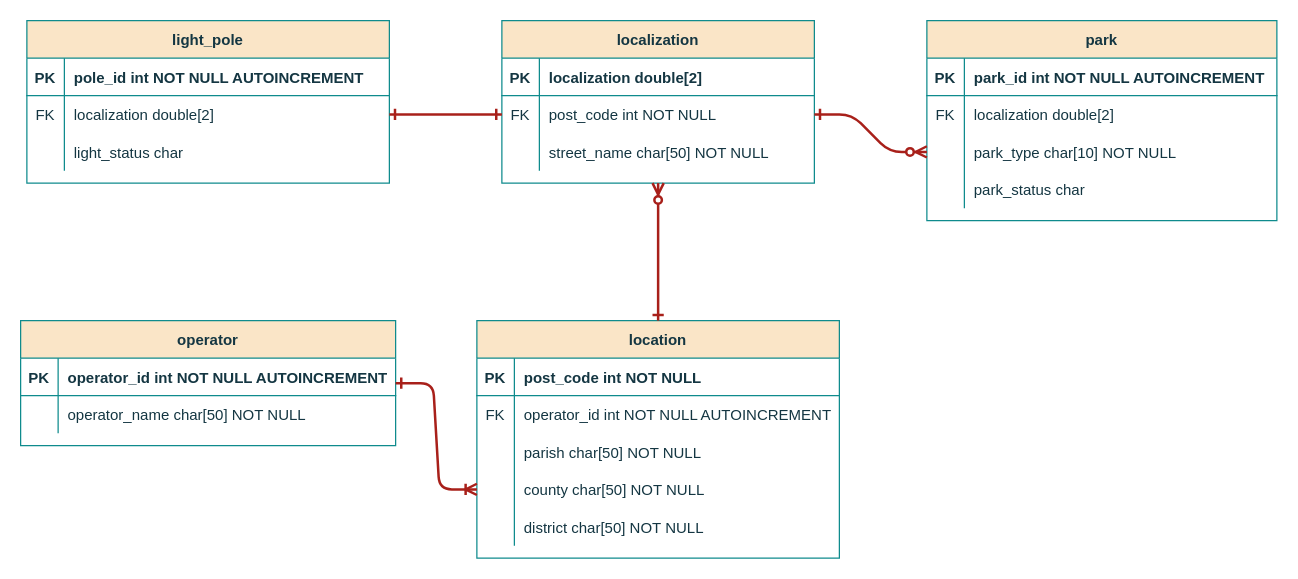
Above: project/report/flowcharts/DataBase.drawio in ESRGgroup9/slipad (draw.io), before the change. Source tidied: cells renumbered, new cells numbered last; positions are measured from the earlier drawing's top-left corner, leaving out a move shared by most shapes. Both pictures are drawn from the tidied source at 125%, with x=0, y=0 at pixel (20, 20).
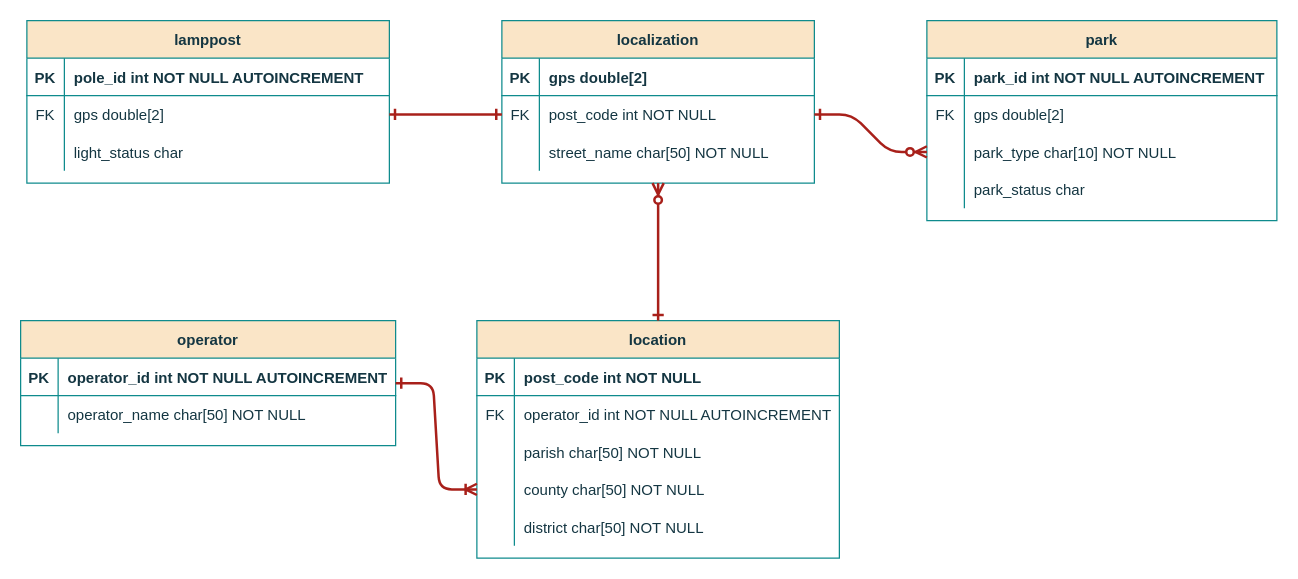
Above is the later version.

The change refers to these unchanged cells:
```xml
<mxCell id="6" style="shape=partialRectangle;fillColor=none;top=0;left=0;bottom=0;right=0;points=[[0,0.5],[1,0.5]];portConstraint=eastwest;strokeColor=#0F8B8D;fontColor=#143642;" parent="2" vertex="1">
  <mxGeometry y="60" width="290" height="30" as="geometry" />
</mxCell>
<mxCell id="13" style="shape=partialRectangle;fillColor=none;top=0;left=0;right=0;bottom=1;strokeColor=#0F8B8D;fontColor=#143642;" parent="12" vertex="1">
  <mxGeometry y="30" width="250" height="30" as="geometry" />
</mxCell>
<mxCell id="49" style="shape=partialRectangle;fillColor=none;top=0;left=0;bottom=0;right=0;strokeColor=#0F8B8D;fontColor=#143642;" parent="45" vertex="1">
  <mxGeometry y="60" width="280" height="30" as="geometry" />
</mxCell>
```

What changed in the source:
```diff
@@
-    <mxCell id="2" value="light_pole" style="shape=table;startSize=30;childLayout=tableLayout;rowLines=0;fontStyle=1;align=center;fillColor=#FAE5C7;strokeColor=#0F8B8D;fontColor=#143642;" parent="1" vertex="1">
+    <mxCell id="2" value="lamppost" style="shape=table;startSize=30;childLayout=tableLayout;rowLines=0;fontStyle=1;align=center;fillColor=#FAE5C7;strokeColor=#0F8B8D;fontColor=#143642;" parent="1" vertex="1">
       <mxGeometry x="5" width="290" height="130" as="geometry" />
     </mxCell>
@@
-    <mxCell id="8" value="localization double[2] " style="shape=partialRectangle;fillColor=none;top=0;left=0;bottom=0;right=0;align=left;spacingLeft=6;fontStyle=0;overflow=hidden;strokeColor=#0F8B8D;fontColor=#143642;" parent="6" vertex="1">
+    <mxCell id="8" value="gps double[2] " style="shape=partialRectangle;fillColor=none;top=0;left=0;bottom=0;right=0;align=left;spacingLeft=6;fontStyle=0;overflow=hidden;strokeColor=#0F8B8D;fontColor=#143642;" parent="6" vertex="1">
       <mxGeometry x="30" width="260" height="30" as="geometry" />
     </mxCell>
@@
-    <mxCell id="15" value="localization double[2] " style="shape=partialRectangle;overflow=hidden;fillColor=none;top=0;left=0;bottom=0;right=0;align=left;spacingLeft=6;fontStyle=1;strokeColor=#0F8B8D;fontColor=#143642;" parent="13" vertex="1">
+    <mxCell id="15" value="gps double[2] " style="shape=partialRectangle;overflow=hidden;fillColor=none;top=0;left=0;bottom=0;right=0;align=left;spacingLeft=6;fontStyle=1;strokeColor=#0F8B8D;fontColor=#143642;" parent="13" vertex="1">
       <mxGeometry x="30" width="220" height="30" as="geometry" />
     </mxCell>
@@
-    <mxCell id="51" value="localization double[2] " style="shape=partialRectangle;fillColor=none;top=0;left=0;bottom=0;right=0;align=left;spacingLeft=6;fontStyle=0;overflow=hidden;strokeColor=#0F8B8D;fontColor=#143642;" parent="49" vertex="1">
+    <mxCell id="51" value="gps double[2] " style="shape=partialRectangle;fillColor=none;top=0;left=0;bottom=0;right=0;align=left;spacingLeft=6;fontStyle=0;overflow=hidden;strokeColor=#0F8B8D;fontColor=#143642;" parent="49" vertex="1">
       <mxGeometry x="30" width="250" height="30" as="geometry" />
     </mxCell>
```
